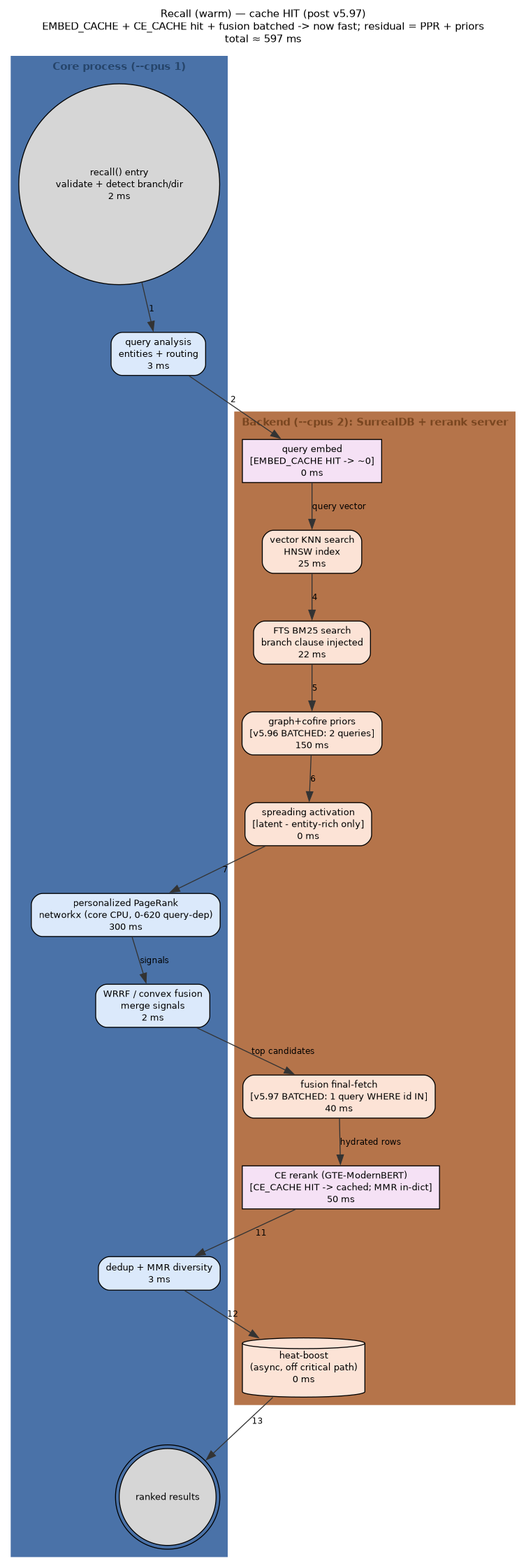
This is docs/diagrams/out/recall-warm-cache-hit.png from m-agahi/yadgar, a Graphviz export, as it was before one commit. Its source is kept beside it as docs/diagrams/out/recall-warm-cache-hit.dot.
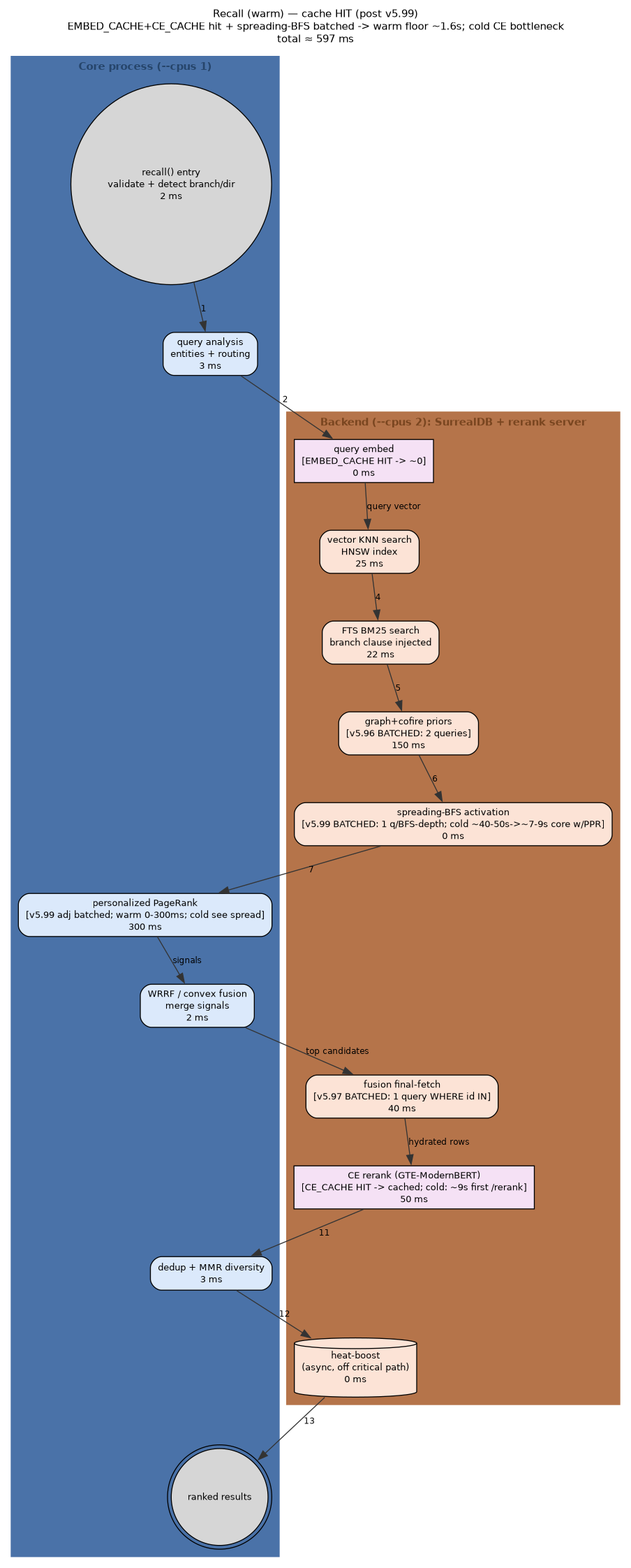
Later version of the same file.

Commit message:
docs(diagrams): refresh recall diagrams for v5.99 (cold PPR/spreading 40-50s->7-9s) (#147)

What changed in the source:
```diff
@@ -7,8 +7,8 @@
   graph [fontname="Helvetica", fontsize=11, labelloc="t"];
   node  [fontname="Helvetica", fontsize=10];
   edge  [fontname="Helvetica", fontsize=9];
-  label="Recall (warm) — cache HIT (post v5.97)
-EMBED_CACHE + CE_CACHE hit + fusion batched -> now fast; residual = PPR + priors
+  label="Recall (warm) — cache HIT (post v5.99)
+EMBED_CACHE+CE_CACHE hit + spreading-BFS batched -> warm floor ~1.6s; cold CE bottleneck
 total ≈ 597 ms";
   subgraph "cluster_core" {
     label="Core process (--cpus 1)";
@@ -19,7 +19,7 @@
     fontname="Helvetica-Bold";
     "entry" [shape="circle", style="filled", fillcolor="#d6d6d6", label="recall() entry\nvalidate + detect branch/dir\n2 ms"];
     "qanalysis" [shape="box", style="rounded,filled", fillcolor="#dbe9fb", label="query analysis\nentities + routing\n3 ms"];
-    "ppr" [shape="box", style="rounded,filled", fillcolor="#dbe9fb", label="personalized PageRank\nnetworkx (core CPU, 0-620 query-dep)\n300 ms"];
+    "ppr" [shape="box", style="rounded,filled", fillcolor="#dbe9fb", label="personalized PageRank\n[v5.99 adj batched; warm 0-300ms; cold see spread]\n300 ms"];
     "fusion" [shape="box", style="rounded,filled", fillcolor="#dbe9fb", label="WRRF / convex fusion\nmerge signals\n2 ms"];
     "dedup" [shape="box", style="rounded,filled", fillcolor="#dbe9fb", label="dedup + MMR diversity\n3 ms"];
     "results" [shape="doublecircle", style="filled", fillcolor="#d6d6d6", label="ranked results"];
@@ -35,9 +35,9 @@
     "knn" [shape="box", style="rounded,filled", fillcolor="#fce3d6", label="vector KNN search\nHNSW index\n25 ms"];
     "fts" [shape="box", style="rounded,filled", fillcolor="#fce3d6", label="FTS BM25 search\nbranch clause injected\n22 ms"];
     "priors" [shape="box", style="rounded,filled", fillcolor="#fce3d6", label="graph+cofire priors\n[v5.96 BATCHED: 2 queries]\n150 ms"];
-    "spread" [shape="box", style="rounded,filled", fillcolor="#fce3d6", label="spreading activation\n[latent - entity-rich only]\n0 ms"];
+    "spread" [shape="box", style="rounded,filled", fillcolor="#fce3d6", label="spreading-BFS activation\n[v5.99 BATCHED: 1 q/BFS-depth; cold ~40-50s->~7-9s core w/PPR]\n0 ms"];
     "fetch" [shape="box", style="rounded,filled", fillcolor="#fce3d6", label="fusion final-fetch\n[v5.97 BATCHED: 1 query WHERE id IN]\n40 ms"];
-    "cererank" [shape="box", style="filled", fillcolor="#f5e1f5", label="CE rerank (GTE-ModernBERT)\n[CE_CACHE HIT -> cached; MMR in-dict]\n50 ms"];
+    "cererank" [shape="box", style="filled", fillcolor="#f5e1f5", label="CE rerank (GTE-ModernBERT)\n[CE_CACHE HIT -> cached; cold: ~9s first /rerank]\n50 ms"];
     "heat" [shape="cylinder", style="filled", fillcolor="#fce3d6", label="heat-boost\n(async, off critical path)\n0 ms"];
   }
   "entry" -> "qanalysis" [color="#333333", style="solid", label="1"];
```
